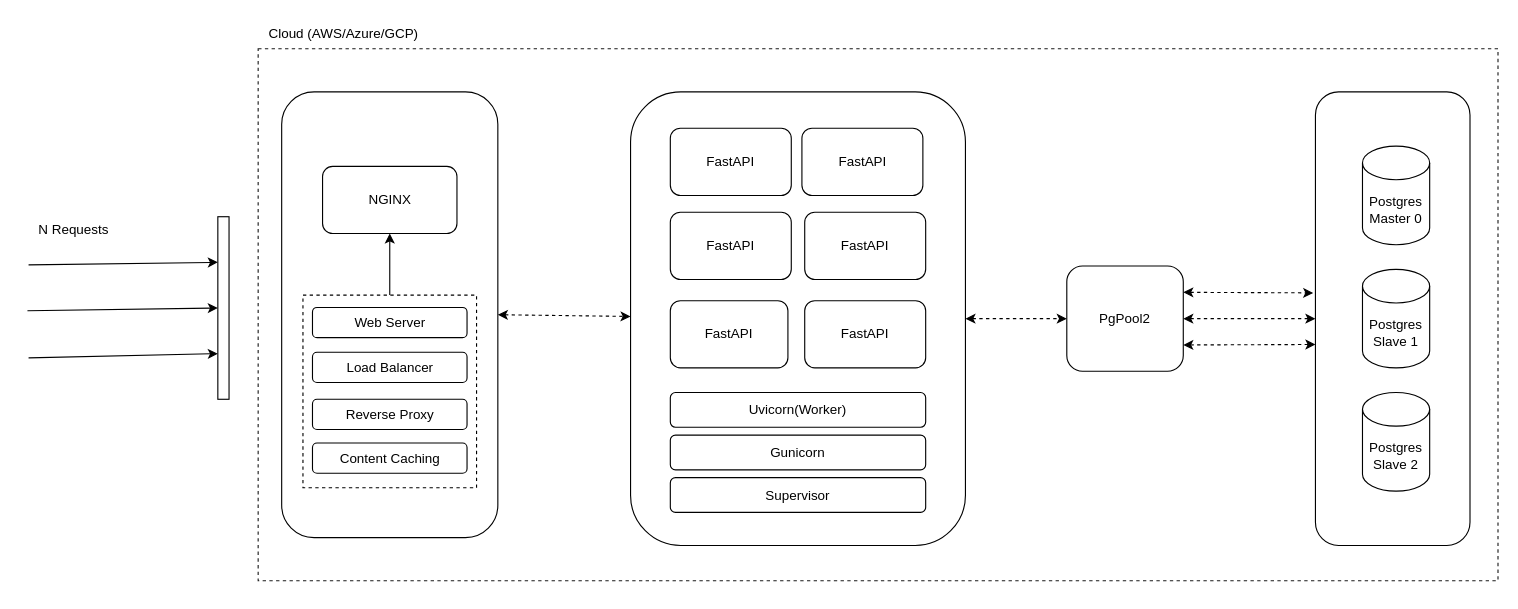
The draw.io diagram FastAPI/FastAPI.drawio in suriya-mca/Design, before the edit. Source tidied: cells renumbered, new cells numbered last; positions are measured from the earlier drawing's top-left corner, leaving out a move shared by most shapes. Both pictures are drawn from the tidied source at 112%, with x=0, y=0 at pixel (27, 19).
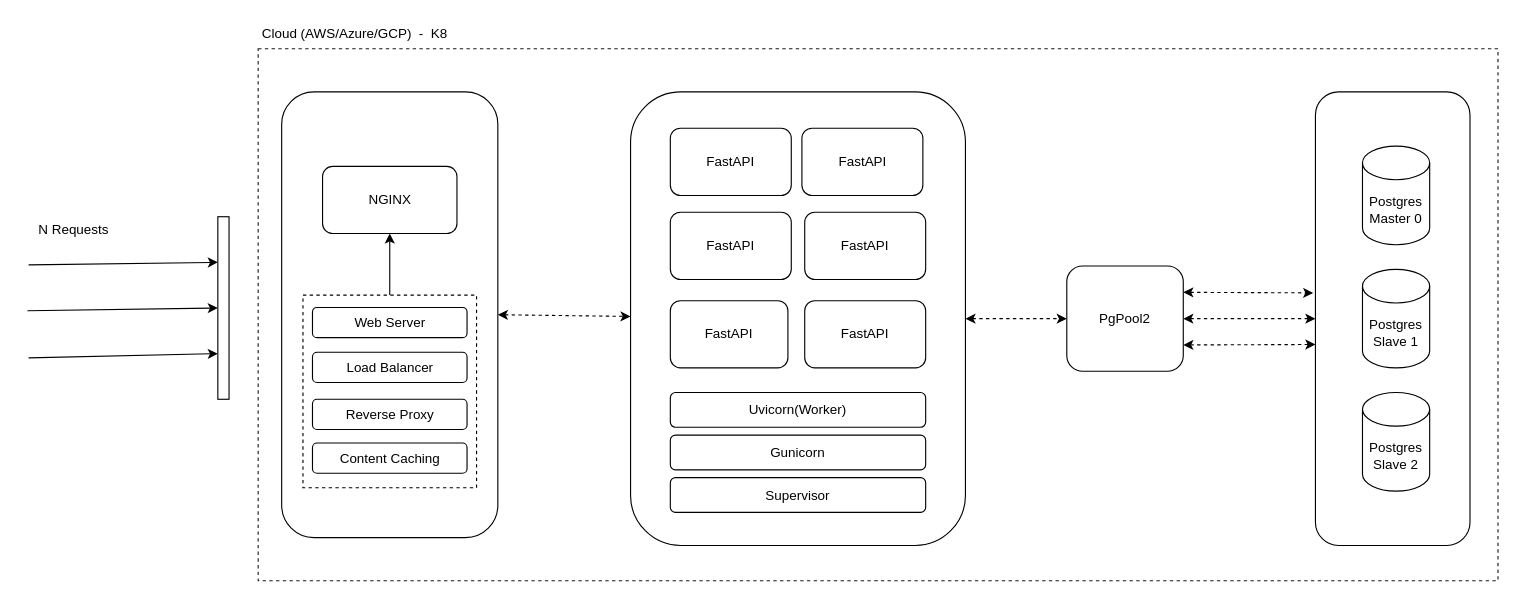
The same page after the edit.

Diff of the diagram source:
```diff
@@
-    <mxCell id="19" value="Cloud (AWS/Azure/GCP)" style="text;html=1;align=center;verticalAlign=middle;strokeColor=none;fillColor=none;" parent="1" vertex="1">
-      <mxGeometry x="206" width="152" height="26" as="geometry" />
+    <mxCell id="19" value="Cloud (AWS/Azure/GCP)&amp;nbsp; -&amp;nbsp; K8" style="text;html=1;align=center;verticalAlign=middle;strokeColor=none;fillColor=none;" parent="1" vertex="1">
+      <mxGeometry x="199.5" width="184" height="26" as="geometry" />
     </mxCell>
```
